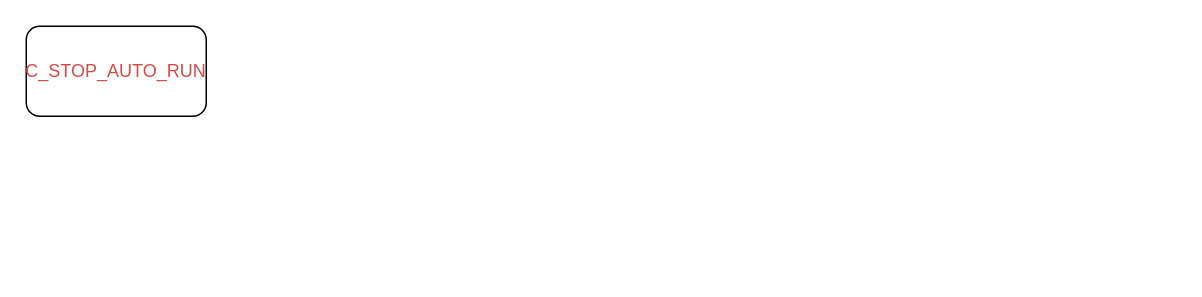
breezerzxq/Diagram keeps this draw.io diagram as G123/g123s2.drawio. Above is the earlier version. Source tidied: cells renumbered, new cells numbered last; positions are measured from the earlier drawing's top-left corner, leaving out a move shared by most shapes. Both pictures are drawn from the tidied source at 150%, with x=0, y=0 at pixel (26, 26).
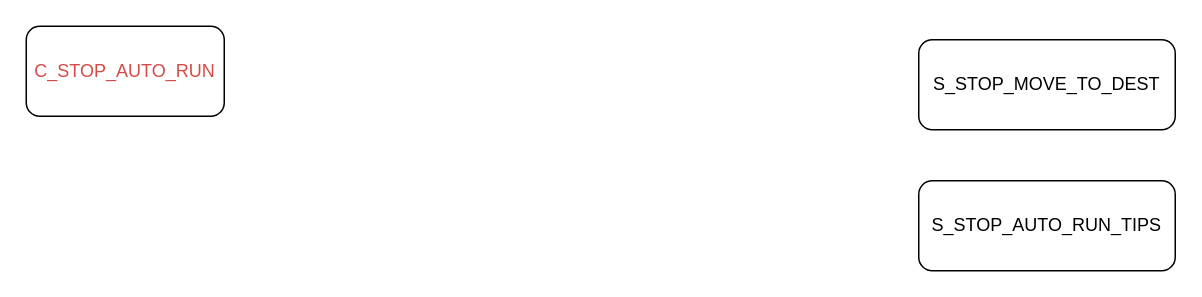
The same page after the edit.

The edit, as a diff of the source:
```diff
@@
 <mxGraphModel>
   <root>
     <mxCell id="0" />
     <mxCell id="1" parent="0" />
     <mxCell id="2" value="&lt;span class=&quot;notion-enable-hover&quot; style=&quot;color:rgba(212, 76, 71, 1);fill:rgba(212, 76, 71, 1);isolation:auto&quot;&gt;C_STOP_AUTO_RUN&lt;/span&gt;" style="rounded=1;whiteSpace=wrap;html=1;" parent="1" vertex="1">
-      <mxGeometry width="120" height="60" as="geometry" />
+      <mxGeometry width="132" height="60" as="geometry" />
     </mxCell>
+    <mxCell id="3" value="S_STOP_MOVE_TO_DEST" style="rounded=1;whiteSpace=wrap;html=1;" parent="1" vertex="1">
+      <mxGeometry x="595" y="9" width="171" height="60" as="geometry" />
+    </mxCell>
+    <mxCell id="4" value="S_STOP_AUTO_RUN_TIPS" style="rounded=1;whiteSpace=wrap;html=1;" parent="1" vertex="1">
+      <mxGeometry x="595" y="103" width="171" height="60" as="geometry" />
+    </mxCell>
   </root>
 </mxGraphModel>
```
